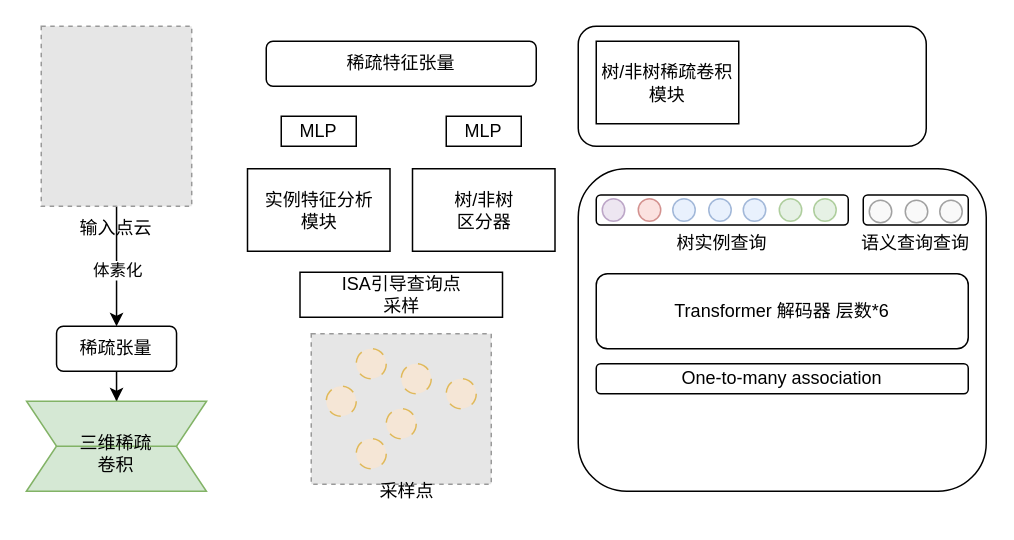
The draw.io diagram linyelunwen.drawio in susu-attempt/mychart, before the edit. Source tidied: cells renumbered, new cells numbered last; positions are measured from the earlier drawing's top-left corner, leaving out a move shared by most shapes. Both pictures are drawn from the tidied source at 150%, with x=0, y=0 at pixel (26, 26). Pictures stored in the file or linked from it are replaced by grey dashed boxes.
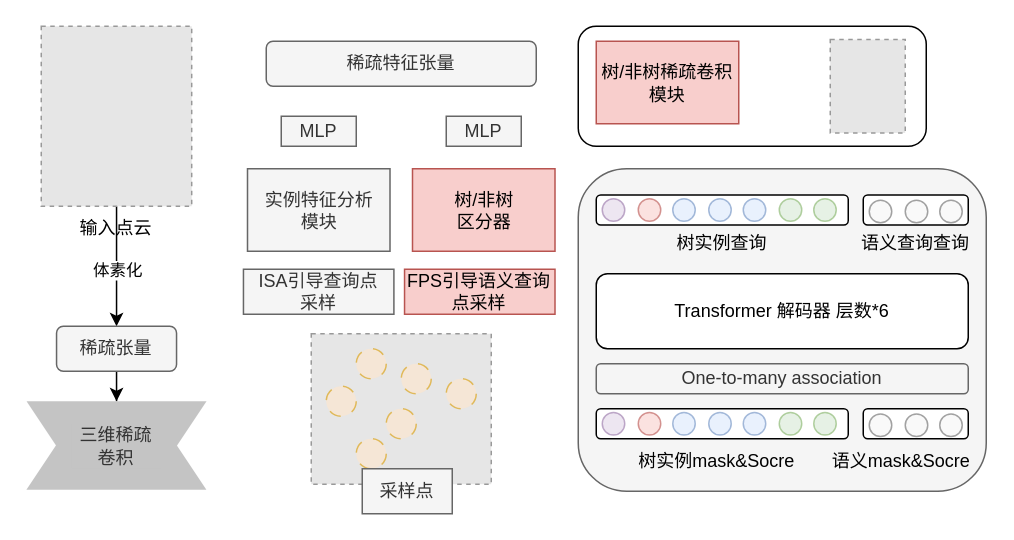
After the change.

Diff of the diagram source:
```diff
@@
-    <mxCell id="8" value="稀疏张量" style="rounded=1;whiteSpace=wrap;html=1;" parent="1" vertex="1">
+    <mxCell id="8" value="稀疏张量" style="rounded=1;whiteSpace=wrap;html=1;fillColor=#f5f5f5;fontColor=#333333;strokeColor=#666666;" parent="1" vertex="1">
       <mxGeometry x="20.2" y="200" width="80" height="30" as="geometry" />
     </mxCell>
-    <mxCell id="9" style="shape=trapezoid;perimeter=trapezoidPerimeter;whiteSpace=wrap;html=1;shapeInside=1;fixedSize=1;fillColor=#d5e8d4;strokeColor=#82b366;" parent="1" vertex="1">
-      <mxGeometry x="0.1" y="280" width="120" height="30" as="geometry" />
+    <mxCell id="9" style="shape=trapezoid;perimeter=trapezoidPerimeter;whiteSpace=wrap;html=1;shapeInside=1;fixedSize=1;fillColor=#C4C4C4;strokeColor=none;fontColor=#333333;" parent="1" vertex="1">
+      <mxGeometry x="0.1" y="279" width="120" height="30" as="geometry" />
     </mxCell>
-    <mxCell id="10" style="shape=trapezoid;perimeter=trapezoidPerimeter;whiteSpace=wrap;html=1;shapeInside=1;fixedSize=1;rotation=-180;labelBorderColor=default;fillColor=#d5e8d4;strokeColor=#82b366;" parent="1" vertex="1">
+    <mxCell id="10" style="shape=trapezoid;perimeter=trapezoidPerimeter;whiteSpace=wrap;html=1;shapeInside=1;fixedSize=1;rotation=-180;labelBorderColor=default;fillColor=#C4C4C4;strokeColor=none;fontColor=#333333;" parent="1" vertex="1">
       <mxGeometry x="0.2" y="250" width="120" height="30" as="geometry" />
     </mxCell>
-    <mxCell id="11" value="三维稀疏卷积" style="text;html=1;whiteSpace=wrap;strokeColor=none;fillColor=none;align=center;verticalAlign=middle;rounded=0;" parent="1" vertex="1">
-      <mxGeometry x="30.1" y="270" width="60" height="30" as="geometry" />
+    <mxCell id="11" value="三维稀疏卷积" style="text;html=1;whiteSpace=wrap;strokeColor=none;fillColor=#C4C4C4;align=center;verticalAlign=middle;rounded=0;fontColor=#333333;" parent="1" vertex="1">
+      <mxGeometry x="30.2" y="265" width="60" height="30" as="geometry" />
     </mxCell>
-    <mxCell id="12" value="稀疏特征张量" style="rounded=1;whiteSpace=wrap;html=1;" parent="1" vertex="1">
+    <mxCell id="12" value="稀疏特征张量" style="rounded=1;whiteSpace=wrap;html=1;fillColor=#f5f5f5;fontColor=#333333;strokeColor=#666666;" parent="1" vertex="1">
       <mxGeometry x="160" y="10" width="180" height="30" as="geometry" />
     </mxCell>
-    <mxCell id="13" value="MLP" style="rounded=0;whiteSpace=wrap;html=1;" parent="1" vertex="1">
+    <mxCell id="13" value="MLP" style="rounded=0;whiteSpace=wrap;html=1;fillColor=#f5f5f5;fontColor=#333333;strokeColor=#666666;" parent="1" vertex="1">
       <mxGeometry x="170" y="60" width="50" height="20" as="geometry" />
     </mxCell>
-    <mxCell id="14" value="MLP" style="rounded=0;whiteSpace=wrap;html=1;" parent="1" vertex="1">
+    <mxCell id="14" value="MLP" style="rounded=0;whiteSpace=wrap;html=1;fillColor=#f5f5f5;fontColor=#333333;strokeColor=#666666;" parent="1" vertex="1">
       <mxGeometry x="280" y="60" width="50" height="20" as="geometry" />
     </mxCell>
-    <mxCell id="15" value="实例特征分析&lt;div&gt;模块&lt;/div&gt;" style="rounded=0;whiteSpace=wrap;html=1;" parent="1" vertex="1">
+    <mxCell id="15" value="实例特征分析&lt;div&gt;模块&lt;/div&gt;" style="rounded=0;whiteSpace=wrap;html=1;fillColor=#f5f5f5;fontColor=#333333;strokeColor=#666666;" parent="1" vertex="1">
       <mxGeometry x="147.5" y="95" width="95" height="55" as="geometry" />
     </mxCell>
-    <mxCell id="16" value="树/非树&lt;div&gt;区分器&lt;/div&gt;" style="rounded=0;whiteSpace=wrap;html=1;" parent="1" vertex="1">
+    <mxCell id="16" value="树/非树&lt;div&gt;区分器&lt;/div&gt;" style="rounded=0;whiteSpace=wrap;html=1;fillColor=#f8cecc;strokeColor=#b85450;" parent="1" vertex="1">
       <mxGeometry x="257.5" y="95" width="95" height="55" as="geometry" />
     </mxCell>
-    <mxCell id="17" value="ISA引导查询点&lt;div&gt;采样&lt;/div&gt;" style="rounded=0;whiteSpace=wrap;html=1;" parent="1" vertex="1">
-      <mxGeometry x="182.5" y="164" width="135" height="30" as="geometry" />
+    <mxCell id="17" value="ISA引导查询点&lt;div&gt;采样&lt;/div&gt;" style="rounded=0;whiteSpace=wrap;html=1;fillColor=#f5f5f5;fontColor=#333333;strokeColor=#666666;" parent="1" vertex="1">
+      <mxGeometry x="144.8" y="162" width="100.3" height="30" as="geometry" />
     </mxCell>
@@
-    <mxCell id="25" value="采样点" style="text;html=1;whiteSpace=wrap;strokeColor=none;fillColor=none;align=center;verticalAlign=middle;rounded=0;" parent="1" vertex="1">
+    <mxCell id="25" value="采样点" style="text;html=1;whiteSpace=wrap;strokeColor=#666666;fillColor=#f5f5f5;align=center;verticalAlign=middle;rounded=0;fontColor=#333333;" parent="1" vertex="1">
       <mxGeometry x="224" y="295" width="60" height="30" as="geometry" />
     </mxCell>
-    <mxCell id="26" value="树/非树稀疏卷积模块" style="rounded=0;whiteSpace=wrap;html=1;" parent="1" vertex="1">
+    <mxCell id="26" value="树/非树稀疏卷积模块" style="rounded=0;whiteSpace=wrap;html=1;fillColor=#f8cecc;strokeColor=#b85450;" parent="1" vertex="1">
       <mxGeometry x="380" y="10" width="95" height="55" as="geometry" />
     </mxCell>
-    <mxCell id="27" style="rounded=1;whiteSpace=wrap;html=1;" parent="1" vertex="1">
+    <mxCell id="27" style="rounded=1;whiteSpace=wrap;html=1;fillColor=#f5f5f5;fontColor=#333333;strokeColor=#666666;" parent="1" vertex="1">
       <mxGeometry x="368" y="95" width="272" height="215" as="geometry" />
     </mxCell>
@@
-    <mxCell id="43" value="One-to-many association" style="rounded=1;whiteSpace=wrap;html=1;" parent="1" vertex="1">
+    <mxCell id="43" value="One-to-many association" style="rounded=1;whiteSpace=wrap;html=1;fillColor=#f5f5f5;fontColor=#333333;strokeColor=#666666;" parent="1" vertex="1">
       <mxGeometry x="380" y="225" width="248" height="20" as="geometry" />
     </mxCell>
+    <mxCell id="44" style="rounded=1;whiteSpace=wrap;html=1;" parent="1" vertex="1">
+      <mxGeometry x="380" y="255" width="168" height="20" as="geometry" />
+    </mxCell>
+    <mxCell id="45" style="rounded=1;whiteSpace=wrap;html=1;" parent="1" vertex="1">
+      <mxGeometry x="558" y="255" width="70" height="20" as="geometry" />
+    </mxCell>
+    <mxCell id="46" style="ellipse;whiteSpace=wrap;html=1;shapeInside=1;opacity=60;fillColor=#e1d5e7;fillStyle=auto;strokeColor=#9673a6;" parent="1" vertex="1">
+      <mxGeometry x="384" y="257.5" width="15" height="15" as="geometry" />
+    </mxCell>
+    <mxCell id="47" style="ellipse;whiteSpace=wrap;html=1;shapeInside=1;opacity=60;fillColor=#f8cecc;fillStyle=auto;strokeColor=#b85450;" parent="1" vertex="1">
+      <mxGeometry x="408" y="257.5" width="15" height="15" as="geometry" />
+    </mxCell>
+    <mxCell id="48" style="ellipse;whiteSpace=wrap;html=1;shapeInside=1;opacity=60;fillColor=#dae8fc;fillStyle=auto;strokeColor=#6c8ebf;" parent="1" vertex="1">
+      <mxGeometry x="431" y="257.5" width="15" height="15" as="geometry" />
+    </mxCell>
+    <mxCell id="49" style="ellipse;whiteSpace=wrap;html=1;shapeInside=1;opacity=60;fillColor=#dae8fc;fillStyle=auto;strokeColor=#6c8ebf;" parent="1" vertex="1">
+      <mxGeometry x="455" y="257.5" width="15" height="15" as="geometry" />
+    </mxCell>
+    <mxCell id="50" style="ellipse;whiteSpace=wrap;html=1;shapeInside=1;opacity=60;fillColor=#dae8fc;fillStyle=auto;strokeColor=#6c8ebf;" parent="1" vertex="1">
+      <mxGeometry x="478" y="257.5" width="15" height="15" as="geometry" />
+    </mxCell>
+    <mxCell id="51" style="ellipse;whiteSpace=wrap;html=1;shapeInside=1;opacity=60;fillColor=#d5e8d4;fillStyle=auto;strokeColor=#82b366;" parent="1" vertex="1">
+      <mxGeometry x="502" y="257.5" width="15" height="15" as="geometry" />
+    </mxCell>
+    <mxCell id="52" style="ellipse;whiteSpace=wrap;html=1;shapeInside=1;opacity=60;fillColor=#d5e8d4;fillStyle=auto;strokeColor=#82b366;" parent="1" vertex="1">
+      <mxGeometry x="525" y="257.5" width="15" height="15" as="geometry" />
+    </mxCell>
+    <mxCell id="53" style="ellipse;whiteSpace=wrap;html=1;shapeInside=1;opacity=60;fillColor=#f5f5f5;fillStyle=auto;strokeColor=#666666;fontColor=#333333;" parent="1" vertex="1">
+      <mxGeometry x="562" y="258.5" width="15" height="15" as="geometry" />
+    </mxCell>
+    <mxCell id="54" style="ellipse;whiteSpace=wrap;html=1;shapeInside=1;opacity=60;fillColor=#f5f5f5;fillStyle=auto;strokeColor=#666666;fontColor=#333333;" parent="1" vertex="1">
+      <mxGeometry x="586" y="258.5" width="15" height="15" as="geometry" />
+    </mxCell>
+    <mxCell id="55" style="ellipse;whiteSpace=wrap;html=1;shapeInside=1;opacity=60;fillColor=#f5f5f5;fillStyle=auto;strokeColor=#666666;fontColor=#333333;" parent="1" vertex="1">
+      <mxGeometry x="609" y="258.5" width="15" height="15" as="geometry" />
+    </mxCell>
+    <mxCell id="56" value="树实例mask&amp;amp;Socre" style="text;html=1;whiteSpace=wrap;strokeColor=none;fillColor=none;align=center;verticalAlign=middle;rounded=0;" parent="1" vertex="1">
+      <mxGeometry x="402.5" y="280" width="114.5" height="20" as="geometry" />
+    </mxCell>
+    <mxCell id="57" value="语义mask&amp;amp;Socre" style="text;html=1;whiteSpace=wrap;strokeColor=none;fillColor=none;align=center;verticalAlign=middle;rounded=0;" parent="1" vertex="1">
+      <mxGeometry x="525.5" y="280" width="114.5" height="20" as="geometry" />
+    </mxCell>
+    <mxCell id="58" value="FPS引导语义查询点采样" style="rounded=0;whiteSpace=wrap;html=1;fillColor=#f8cecc;strokeColor=#b85450;" parent="1" vertex="1">
+      <mxGeometry x="252.2" y="162" width="100.3" height="30" as="geometry" />
+    </mxCell>
+    <mxCell id="59" style="fillColor=#E6E6E6;strokeColor=#999999;dashed=1;verticalLabelPosition=bottom;labelBackgroundColor=default;verticalAlign=top;" parent="1" vertex="1">
+      <mxGeometry x="536" y="8.9" width="50" height="62.2" as="geometry" />
+    </mxCell>
```
